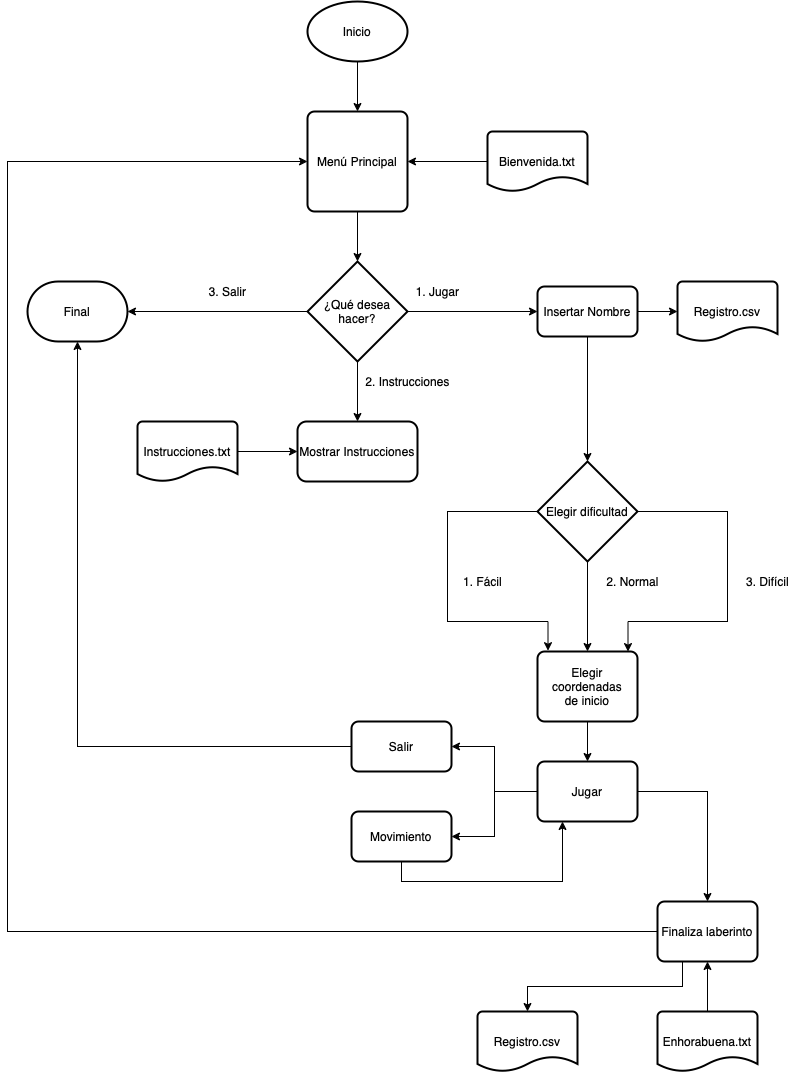
Earlier version of the draw.io export Diagrama_de_flujo.png (aigora/twE105_2122-el_mate_del_loco). Source tidied: cells renumbered, new cells last; positions are measured from the earlier drawing's top-left corner, leaving out a move shared by most shapes.
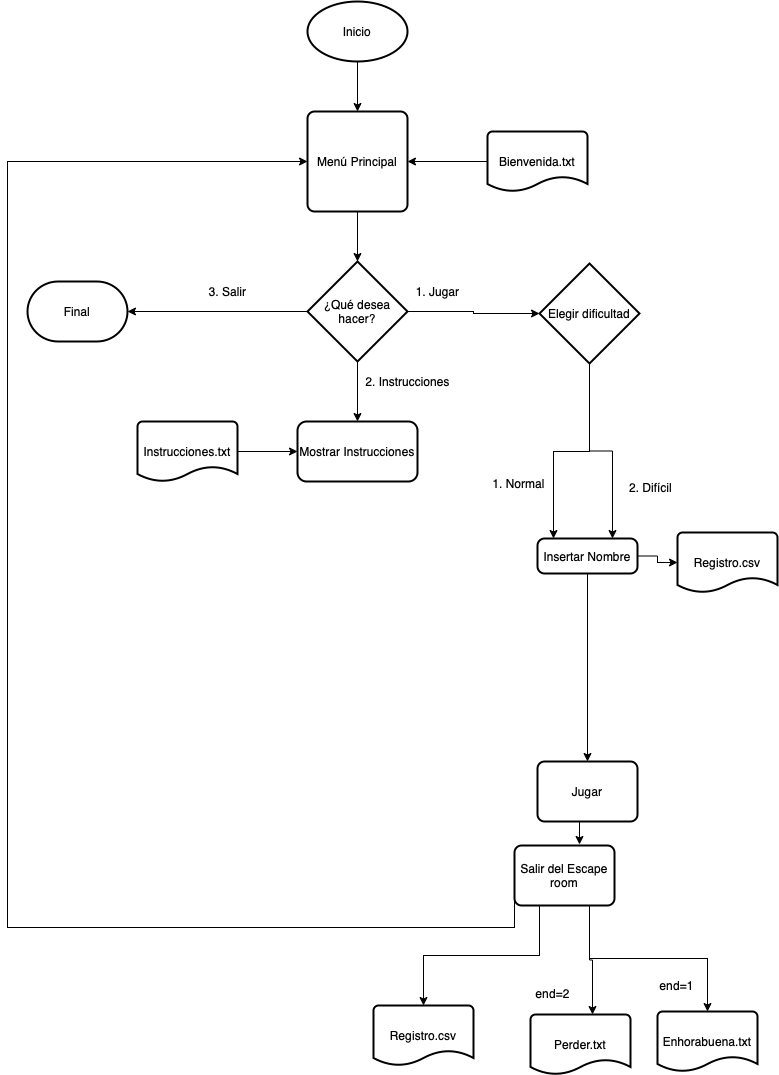
After the commit.

Commit message:
Actualizo diagrama

What changed in the source:
```diff
@@ -20,7 +20,7 @@
     <mxCell id="7" style="edgeStyle=orthogonalEdgeStyle;rounded=0;jettySize=auto;html=1;" parent="1" edge="1" source="9" target="12">
       <mxGeometry relative="1" as="geometry" />
     </mxCell>
-    <mxCell id="8" style="edgeStyle=orthogonalEdgeStyle;rounded=0;jettySize=auto;html=1;exitX=1;exitY=0.5;exitDx=0;exitDy=0;exitPerimeter=0;entryX=0;entryY=0.5;entryDx=0;entryDy=0;" parent="1" edge="1" source="9" target="20">
+    <mxCell id="8" style="edgeStyle=orthogonalEdgeStyle;rounded=0;jettySize=auto;html=1;exitX=1;exitY=0.5;exitDx=0;exitDy=0;exitPerimeter=0;entryX=0;entryY=0.5;entryDx=0;entryDy=0;entryPerimeter=0;" parent="1" edge="1" source="9" target="25">
       <mxGeometry relative="1" as="geometry" />
     </mxCell>
     <mxCell id="9" value="¿Qué desea hacer?" style="strokeWidth=2;html=1;shape=mxgraph.flowchart.decision;whiteSpace=wrap;" parent="1" vertex="1">
@@ -50,123 +50,87 @@
     <mxCell id="17" value="Bienvenida.txt" style="strokeWidth=2;html=1;shape=mxgraph.flowchart.document2;whiteSpace=wrap;size=0.25;" parent="1" vertex="1">
       <mxGeometry x="480" y="130" width="100" height="60" as="geometry" />
     </mxCell>
-    <mxCell id="18" style="edgeStyle=orthogonalEdgeStyle;rounded=0;jettySize=auto;html=1;exitX=0.5;exitY=1;exitDx=0;exitDy=0;entryX=0.5;entryY=0;entryDx=0;entryDy=0;entryPerimeter=0;" parent="1" edge="1" source="20" target="25">
-      <mxGeometry relative="1" as="geometry" />
-    </mxCell>
-    <mxCell id="19" style="edgeStyle=orthogonalEdgeStyle;rounded=0;jettySize=auto;html=1;" parent="1" edge="1" source="20">
-      <mxGeometry relative="1" as="geometry">
-        <mxPoint x="670" y="310" as="targetPoint" />
-      </mxGeometry>
-    </mxCell>
-    <mxCell id="20" value="Insertar Nombre" style="rounded=1;whiteSpace=wrap;html=1;absoluteArcSize=1;arcSize=14;strokeWidth=2;" parent="1" vertex="1">
-      <mxGeometry x="530" y="285" width="100" height="50" as="geometry" />
-    </mxCell>
     <mxCell id="21" value="1. Jugar" style="text;html=1;align=center;verticalAlign=middle;strokeColor=none;fillColor=none;" parent="1" vertex="1">
       <mxGeometry x="400" y="280" width="60" height="20" as="geometry" />
     </mxCell>
-    <mxCell id="22" style="edgeStyle=orthogonalEdgeStyle;rounded=0;jettySize=auto;html=1;exitX=0;exitY=0.5;exitDx=0;exitDy=0;exitPerimeter=0;entryX=0.105;entryY=-0.011;entryDx=0;entryDy=0;entryPerimeter=0;" parent="1" edge="1" source="25" target="30">
-      <mxGeometry relative="1" as="geometry">
-        <Array as="points">
-          <mxPoint x="440" y="510" />
-          <mxPoint x="440" y="620" />
-          <mxPoint x="540" y="620" />
-        </Array>
-      </mxGeometry>
-    </mxCell>
-    <mxCell id="23" style="edgeStyle=orthogonalEdgeStyle;rounded=0;jettySize=auto;html=1;exitX=0.5;exitY=1;exitDx=0;exitDy=0;exitPerimeter=0;entryX=0.5;entryY=0;entryDx=0;entryDy=0;" parent="1" edge="1" source="25" target="30">
-      <mxGeometry relative="1" as="geometry" />
-    </mxCell>
-    <mxCell id="24" style="edgeStyle=orthogonalEdgeStyle;rounded=0;jettySize=auto;html=1;exitX=1;exitY=0.5;exitDx=0;exitDy=0;exitPerimeter=0;entryX=0.905;entryY=0.002;entryDx=0;entryDy=0;entryPerimeter=0;" parent="1" edge="1" source="25" target="30">
-      <mxGeometry relative="1" as="geometry">
-        <Array as="points">
-          <mxPoint x="720" y="510" />
-          <mxPoint x="720" y="620" />
-          <mxPoint x="620" y="620" />
-        </Array>
-      </mxGeometry>
-    </mxCell>
+    <mxCell id="47" style="edgeStyle=orthogonalEdgeStyle;rounded=0;jettySize=auto;html=1;exitX=0.5;exitY=1;exitDx=0;exitDy=0;exitPerimeter=0;entryX=0.16;entryY=0;entryDx=0;entryDy=0;entryPerimeter=0;" parent="1" edge="1" source="25" target="20">
+      <mxGeometry relative="1" as="geometry">
+        <Array as="points">
+          <mxPoint x="582" y="450" />
+          <mxPoint x="546" y="450" />
+        </Array>
+      </mxGeometry>
+    </mxCell>
+    <mxCell id="48" style="edgeStyle=orthogonalEdgeStyle;rounded=0;jettySize=auto;html=1;exitX=0.5;exitY=1;exitDx=0;exitDy=0;exitPerimeter=0;entryX=0.75;entryY=0;entryDx=0;entryDy=0;" parent="1" edge="1" source="25" target="20">
+      <mxGeometry relative="1" as="geometry" />
+    </mxCell>
     <mxCell id="25" value="Elegir dificultad" style="strokeWidth=2;html=1;shape=mxgraph.flowchart.decision;whiteSpace=wrap;" parent="1" vertex="1">
-      <mxGeometry x="530" y="460" width="100" height="100" as="geometry" />
+      <mxGeometry x="532" y="262" width="100" height="100" as="geometry" />
     </mxCell>
-    <mxCell id="26" value="1. Fácil" style="text;html=1;align=center;verticalAlign=middle;strokeColor=none;fillColor=none;" parent="1" vertex="1">
-      <mxGeometry x="450" y="570" width="50" height="20" as="geometry" />
-    </mxCell>
-    <mxCell id="27" value="2. Normal" style="text;html=1;align=center;verticalAlign=middle;strokeColor=none;fillColor=none;" parent="1" vertex="1">
-      <mxGeometry x="590" y="570" width="70" height="20" as="geometry" />
+    <mxCell id="27" value="1. Normal" style="text;html=1;align=center;verticalAlign=middle;strokeColor=none;fillColor=none;" parent="1" vertex="1">
+      <mxGeometry x="480" y="473" width="62" height="18" as="geometry" />
     </mxCell>
-    <mxCell id="28" value="3. Difícil" style="text;html=1;align=center;verticalAlign=middle;strokeColor=none;fillColor=none;" parent="1" vertex="1">
-      <mxGeometry x="730" y="570" width="60" height="20" as="geometry" />
+    <mxCell id="28" value="2. Difícil" style="text;html=1;align=center;verticalAlign=middle;strokeColor=none;fillColor=none;" parent="1" vertex="1">
+      <mxGeometry x="616" y="477" width="53" height="18" as="geometry" />
     </mxCell>
-    <mxCell id="29" style="edgeStyle=orthogonalEdgeStyle;rounded=0;jettySize=auto;html=1;exitX=0.5;exitY=1;exitDx=0;exitDy=0;entryX=0.5;entryY=0;entryDx=0;entryDy=0;" parent="1" edge="1" source="30" target="36">
-      <mxGeometry relative="1" as="geometry" />
-    </mxCell>
-    <mxCell id="30" value="Elegir coordenadas&lt;br&gt;de inicio" style="rounded=1;whiteSpace=wrap;html=1;absoluteArcSize=1;arcSize=14;strokeWidth=2;" parent="1" vertex="1">
-      <mxGeometry x="530" y="650" width="100" height="70" as="geometry" />
-    </mxCell>
-    <mxCell id="31" style="edgeStyle=orthogonalEdgeStyle;rounded=0;orthogonalLoop=1;jettySize=auto;html=1;exitX=0.5;exitY=1;exitDx=0;exitDy=0;" parent="1" edge="1" source="30" target="30">
-      <mxGeometry relative="1" as="geometry" />
+    <mxCell id="31" style="edgeStyle=orthogonalEdgeStyle;rounded=0;orthogonalLoop=1;jettySize=auto;html=1;exitX=0.5;exitY=1;exitDx=0;exitDy=0;" parent="1" edge="1">
+      <mxGeometry relative="1" as="geometry">
+        <mxPoint x="580" y="720" as="sourcePoint" />
+        <mxPoint x="580" y="720" as="targetPoint" />
+      </mxGeometry>
     </mxCell>
     <mxCell id="32" value="Registro.csv" style="strokeWidth=2;html=1;shape=mxgraph.flowchart.document2;whiteSpace=wrap;size=0.25;" parent="1" vertex="1">
-      <mxGeometry x="670" y="280" width="100" height="60" as="geometry" />
+      <mxGeometry x="670" y="531" width="100" height="60" as="geometry" />
     </mxCell>
-    <mxCell id="33" style="edgeStyle=orthogonalEdgeStyle;rounded=0;jettySize=auto;html=1;exitX=0;exitY=0.5;exitDx=0;exitDy=0;entryX=1;entryY=0.5;entryDx=0;entryDy=0;" parent="1" edge="1" source="36" target="40">
-      <mxGeometry relative="1" as="geometry">
-        <Array as="points">
-          <mxPoint x="487" y="790" />
-          <mxPoint x="487" y="745" />
-        </Array>
-      </mxGeometry>
-    </mxCell>
-    <mxCell id="34" style="edgeStyle=orthogonalEdgeStyle;rounded=0;jettySize=auto;html=1;exitX=0;exitY=0.5;exitDx=0;exitDy=0;" parent="1" edge="1" source="36" target="38">
-      <mxGeometry relative="1" as="geometry">
-        <Array as="points">
-          <mxPoint x="487" y="790" />
-          <mxPoint x="487" y="835" />
-        </Array>
-      </mxGeometry>
-    </mxCell>
-    <mxCell id="35" style="edgeStyle=orthogonalEdgeStyle;rounded=0;jettySize=auto;html=1;exitX=1;exitY=0.5;exitDx=0;exitDy=0;" parent="1" edge="1" source="36">
-      <mxGeometry relative="1" as="geometry">
-        <mxPoint x="700" y="900" as="targetPoint" />
-      </mxGeometry>
-    </mxCell>
+    <mxCell id="49" style="edgeStyle=orthogonalEdgeStyle;rounded=0;jettySize=auto;html=1;exitX=0.5;exitY=1;exitDx=0;exitDy=0;entryX=0.65;entryY=-0.017;entryDx=0;entryDy=0;entryPerimeter=0;" parent="1" edge="1" source="36" target="43">
+      <mxGeometry relative="1" as="geometry" />
+    </mxCell>
     <mxCell id="36" value="Jugar" style="rounded=1;whiteSpace=wrap;html=1;absoluteArcSize=1;arcSize=14;strokeWidth=2;" parent="1" vertex="1">
       <mxGeometry x="530" y="760" width="100" height="60" as="geometry" />
     </mxCell>
-    <mxCell id="37" style="edgeStyle=orthogonalEdgeStyle;rounded=0;jettySize=auto;html=1;exitX=0.5;exitY=1;exitDx=0;exitDy=0;entryX=0.25;entryY=1;entryDx=0;entryDy=0;" parent="1" edge="1" source="38" target="36">
-      <mxGeometry relative="1" as="geometry" />
-    </mxCell>
-    <mxCell id="38" value="Movimiento" style="rounded=1;whiteSpace=wrap;html=1;absoluteArcSize=1;arcSize=14;strokeWidth=2;" parent="1" vertex="1">
-      <mxGeometry x="344" y="810" width="100" height="50" as="geometry" />
-    </mxCell>
-    <mxCell id="39" style="edgeStyle=orthogonalEdgeStyle;rounded=0;jettySize=auto;html=1;exitX=0;exitY=0.5;exitDx=0;exitDy=0;" parent="1" edge="1" source="40" target="10">
-      <mxGeometry relative="1" as="geometry" />
-    </mxCell>
-    <mxCell id="40" value="Salir" style="rounded=1;whiteSpace=wrap;html=1;absoluteArcSize=1;arcSize=14;strokeWidth=2;" parent="1" vertex="1">
-      <mxGeometry x="344" y="720" width="100" height="50" as="geometry" />
-    </mxCell>
+    <mxCell id="42" style="edgeStyle=orthogonalEdgeStyle;rounded=0;jettySize=auto;html=1;exitX=0.25;exitY=1;exitDx=0;exitDy=0;entryX=0.5;entryY=0;entryDx=0;entryDy=0;entryPerimeter=0;" parent="1" edge="1" source="43" target="46">
+      <mxGeometry relative="1" as="geometry" />
+    </mxCell>
     <mxCell id="41" style="edgeStyle=orthogonalEdgeStyle;rounded=0;jettySize=auto;html=1;exitX=0;exitY=0.5;exitDx=0;exitDy=0;entryX=0;entryY=0.5;entryDx=0;entryDy=0;" parent="1" edge="1" source="43" target="5">
       <mxGeometry relative="1" as="geometry">
         <Array as="points">
-          <mxPoint y="930" />
+          <mxPoint y="926" />
           <mxPoint y="160" />
         </Array>
       </mxGeometry>
     </mxCell>
-    <mxCell id="42" style="edgeStyle=orthogonalEdgeStyle;rounded=0;jettySize=auto;html=1;exitX=0.25;exitY=1;exitDx=0;exitDy=0;entryX=0.5;entryY=0;entryDx=0;entryDy=0;entryPerimeter=0;" parent="1" edge="1" source="43" target="46">
-      <mxGeometry relative="1" as="geometry" />
-    </mxCell>
+    <mxCell id="50" style="edgeStyle=orthogonalEdgeStyle;rounded=0;jettySize=auto;html=1;exitX=0.75;exitY=1;exitDx=0;exitDy=0;entryX=0.62;entryY=0;entryDx=0;entryDy=0;entryPerimeter=0;" parent="1" edge="1" source="43" target="54">
+      <mxGeometry relative="1" as="geometry" />
+    </mxCell>
+    <mxCell id="51" style="edgeStyle=orthogonalEdgeStyle;rounded=0;jettySize=auto;html=1;exitX=0.75;exitY=1;exitDx=0;exitDy=0;" parent="1" edge="1" source="43" target="45">
+      <mxGeometry relative="1" as="geometry" />
+    </mxCell>
-    <mxCell id="43" value="Finaliza laberinto" style="rounded=1;whiteSpace=wrap;html=1;absoluteArcSize=1;arcSize=14;strokeWidth=2;" parent="1" vertex="1">
-      <mxGeometry x="650" y="900" width="100" height="60" as="geometry" />
+    <mxCell id="43" value="Salir del Escape room" style="rounded=1;whiteSpace=wrap;html=1;absoluteArcSize=1;arcSize=14;strokeWidth=2;" parent="1" vertex="1">
+      <mxGeometry x="507" y="844" width="100" height="60" as="geometry" />
     </mxCell>
-    <mxCell id="44" style="edgeStyle=orthogonalEdgeStyle;rounded=0;jettySize=auto;html=1;exitX=0.5;exitY=0;exitDx=0;exitDy=0;exitPerimeter=0;entryX=0.5;entryY=1;entryDx=0;entryDy=0;" parent="1" edge="1" source="45" target="43">
-      <mxGeometry relative="1" as="geometry" />
-    </mxCell>
     <mxCell id="45" value="Enhorabuena.txt" style="strokeWidth=2;html=1;shape=mxgraph.flowchart.document2;whiteSpace=wrap;size=0.25;" parent="1" vertex="1">
       <mxGeometry x="650" y="1010" width="100" height="60" as="geometry" />
     </mxCell>
     <mxCell id="46" value="Registro.csv" style="strokeWidth=2;html=1;shape=mxgraph.flowchart.document2;whiteSpace=wrap;size=0.25;" parent="1" vertex="1">
-      <mxGeometry x="470" y="1010" width="100" height="60" as="geometry" />
+      <mxGeometry x="366" y="1004" width="100" height="60" as="geometry" />
     </mxCell>
+    <mxCell id="52" style="edgeStyle=orthogonalEdgeStyle;rounded=0;jettySize=auto;html=1;exitX=0.5;exitY=1;exitDx=0;exitDy=0;entryX=0.5;entryY=0;entryDx=0;entryDy=0;" parent="1" edge="1" source="20" target="36">
+      <mxGeometry relative="1" as="geometry" />
+    </mxCell>
+    <mxCell id="53" style="edgeStyle=orthogonalEdgeStyle;rounded=0;jettySize=auto;html=1;exitX=1;exitY=0.5;exitDx=0;exitDy=0;entryX=0;entryY=0.5;entryDx=0;entryDy=0;entryPerimeter=0;" parent="1" edge="1" source="20" target="32">
+      <mxGeometry relative="1" as="geometry" />
+    </mxCell>
+    <mxCell id="20" value="Insertar Nombre" style="rounded=1;whiteSpace=wrap;html=1;absoluteArcSize=1;arcSize=14;strokeWidth=2;" parent="1" vertex="1">
+      <mxGeometry x="530" y="537" width="100" height="35" as="geometry" />
+    </mxCell>
+    <mxCell id="54" value="Perder.txt" style="strokeWidth=2;html=1;shape=mxgraph.flowchart.document2;whiteSpace=wrap;size=0.25;" parent="1" vertex="1">
+      <mxGeometry x="523" y="1013" width="100" height="60" as="geometry" />
+    </mxCell>
+    <mxCell id="55" value="end=1" style="text;html=1;align=center;verticalAlign=middle;strokeColor=none;fillColor=none;" parent="1" vertex="1">
+      <mxGeometry x="647" y="975" width="44" height="18" as="geometry" />
+    </mxCell>
+    <mxCell id="56" value="end=2" style="text;html=1;align=center;verticalAlign=middle;strokeColor=none;fillColor=none;" parent="1" vertex="1">
+      <mxGeometry x="523" y="983" width="44" height="18" as="geometry" />
+    </mxCell>
   </root>
 </mxGraphModel>
```
